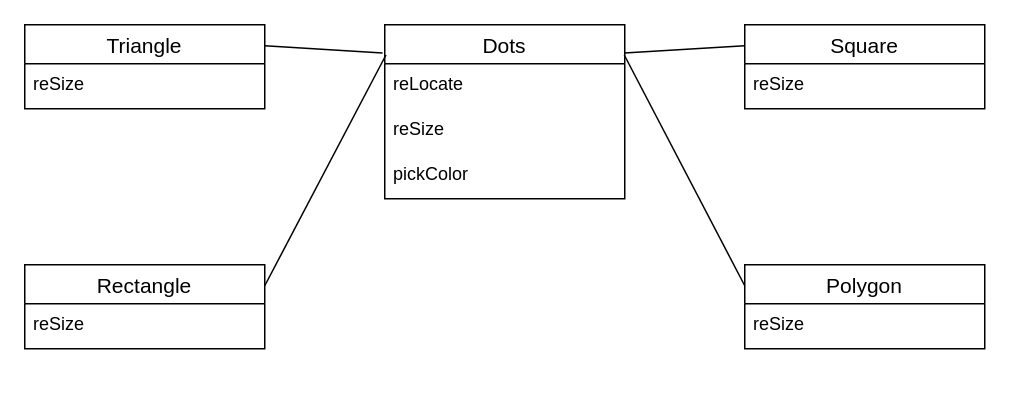
xerio1001/eindwerk keeps this draw.io diagram as preps/eindewerkPrep.drawio. Above is the earlier version. Source tidied: cells renumbered, new cells numbered last; positions are measured from the earlier drawing's top-left corner, leaving out a move shared by most shapes. Both pictures are drawn from the tidied source at 150%, with x=0, y=0 at pixel (24, 24).
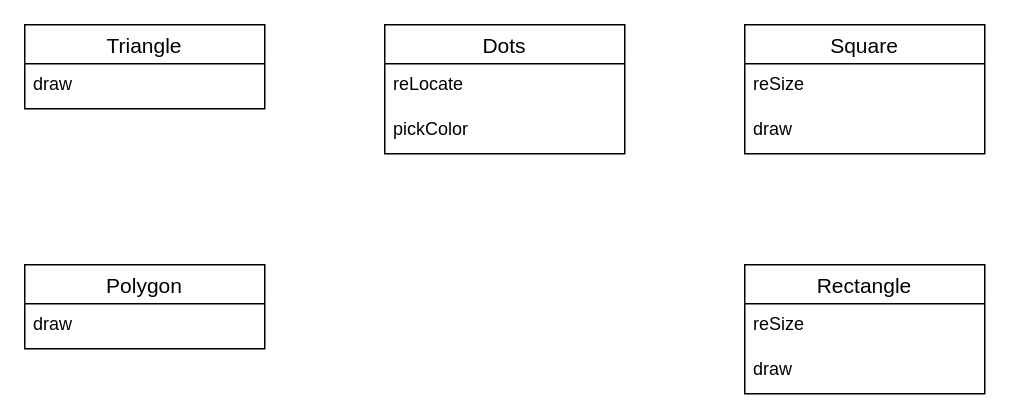
The same page after the edit.

What changed in the source:
```diff
@@
 <mxGraphModel>
   <root>
     <mxCell id="0" />
     <mxCell id="1" parent="0" />
     <mxCell id="2" value="Dots" style="swimlane;fontStyle=0;horizontal=1;startSize=26;align=center;fontSize=14;" parent="1" vertex="1">
-      <mxGeometry x="240" width="160" height="116" as="geometry" />
+      <mxGeometry x="240" width="160" height="86" as="geometry" />
     </mxCell>
     <mxCell id="3" value="reLocate" style="text;strokeColor=none;fillColor=none;spacingLeft=4;spacingRight=4;overflow=hidden;fontSize=12;" parent="2" vertex="1">
       <mxGeometry y="26" width="160" height="30" as="geometry" />
     </mxCell>
-    <mxCell id="4" value="reSize" style="text;strokeColor=none;fillColor=none;spacingLeft=4;spacingRight=4;overflow=hidden;fontSize=12;" parent="2" vertex="1">
-      <mxGeometry y="56" width="160" height="30" as="geometry" />
-    </mxCell>
     <mxCell id="5" value="pickColor" style="text;strokeColor=none;fillColor=none;spacingLeft=4;spacingRight=4;overflow=hidden;fontSize=12;" parent="2" vertex="1">
-      <mxGeometry y="86" width="160" height="30" as="geometry" />
+      <mxGeometry y="56" width="160" height="30" as="geometry" />
     </mxCell>
     <mxCell id="6" value="Triangle" style="swimlane;fontStyle=0;horizontal=1;startSize=26;align=center;fontSize=14;" parent="1" vertex="1">
       <mxGeometry width="160" height="56" as="geometry" />
     </mxCell>
-    <mxCell id="7" value="reSize" style="text;strokeColor=none;fillColor=none;spacingLeft=4;spacingRight=4;overflow=hidden;fontSize=12;" parent="6" vertex="1">
-      <mxGeometry y="26" width="160" height="30" as="geometry" />
-    </mxCell>
+    <mxCell id="18" value="draw" style="text;strokeColor=none;fillColor=none;spacingLeft=4;spacingRight=4;overflow=hidden;fontSize=12;" parent="6" vertex="1">
+      <mxGeometry y="26" width="160" height="30" as="geometry" />
+    </mxCell>
     <mxCell id="8" value="Rectangle" style="swimlane;fontStyle=0;horizontal=1;startSize=26;align=center;fontSize=14;" parent="1" vertex="1">
-      <mxGeometry y="160" width="160" height="56" as="geometry" />
+      <mxGeometry x="480" y="160" width="160" height="86" as="geometry" />
     </mxCell>
     <mxCell id="9" value="reSize" style="text;strokeColor=none;fillColor=none;spacingLeft=4;spacingRight=4;overflow=hidden;fontSize=12;" parent="8" vertex="1">
       <mxGeometry y="26" width="160" height="30" as="geometry" />
     </mxCell>
+    <mxCell id="19" value="draw" style="text;strokeColor=none;fillColor=none;spacingLeft=4;spacingRight=4;overflow=hidden;fontSize=12;" parent="8" vertex="1">
+      <mxGeometry y="56" width="160" height="30" as="geometry" />
+    </mxCell>
     <mxCell id="10" value="Square" style="swimlane;fontStyle=0;horizontal=1;startSize=26;align=center;fontSize=14;" parent="1" vertex="1">
-      <mxGeometry x="480" width="160" height="56" as="geometry" />
+      <mxGeometry x="480" width="160" height="86" as="geometry" />
     </mxCell>
     <mxCell id="11" value="reSize" style="text;strokeColor=none;fillColor=none;spacingLeft=4;spacingRight=4;overflow=hidden;fontSize=12;" parent="10" vertex="1">
       <mxGeometry y="26" width="160" height="30" as="geometry" />
     </mxCell>
+    <mxCell id="20" value="draw" style="text;strokeColor=none;fillColor=none;spacingLeft=4;spacingRight=4;overflow=hidden;fontSize=12;" parent="10" vertex="1">
+      <mxGeometry y="56" width="160" height="30" as="geometry" />
+    </mxCell>
     <mxCell id="12" value="Polygon" style="swimlane;fontStyle=0;horizontal=1;startSize=26;align=center;fontSize=14;" parent="1" vertex="1">
-      <mxGeometry x="480" y="160" width="160" height="56" as="geometry" />
+      <mxGeometry y="160" width="160" height="56" as="geometry" />
     </mxCell>
-    <mxCell id="13" value="reSize" style="text;strokeColor=none;fillColor=none;spacingLeft=4;spacingRight=4;overflow=hidden;fontSize=12;" parent="12" vertex="1">
-      <mxGeometry y="26" width="160" height="30" as="geometry" />
-    </mxCell>
-    <mxCell id="14" style="endArrow=none;html=1;rounded=0;exitX=1;exitY=0.25;exitDx=0;exitDy=0;entryX=-0.009;entryY=0.162;entryDx=0;entryDy=0;entryPerimeter=0;" parent="1" edge="1" source="6" target="2">
-      <mxGeometry relative="1" as="geometry" />
-    </mxCell>
-    <mxCell id="15" style="endArrow=none;html=1;rounded=0;exitX=0;exitY=0.25;exitDx=0;exitDy=0;entryX=0.998;entryY=0.162;entryDx=0;entryDy=0;entryPerimeter=0;" parent="1" edge="1" source="10" target="2">
-      <mxGeometry relative="1" as="geometry" />
-    </mxCell>
-    <mxCell id="16" style="endArrow=none;html=1;rounded=0;exitX=1;exitY=0.25;exitDx=0;exitDy=0;entryX=0.005;entryY=0.174;entryDx=0;entryDy=0;entryPerimeter=0;" parent="1" edge="1" source="8" target="2">
-      <mxGeometry relative="1" as="geometry" />
-    </mxCell>
-    <mxCell id="17" style="endArrow=none;html=1;rounded=0;exitX=0;exitY=0.25;exitDx=0;exitDy=0;entryX=0.998;entryY=0.174;entryDx=0;entryDy=0;entryPerimeter=0;" parent="1" edge="1" source="12" target="2">
-      <mxGeometry relative="1" as="geometry" />
-    </mxCell>
+    <mxCell id="21" value="draw" style="text;strokeColor=none;fillColor=none;spacingLeft=4;spacingRight=4;overflow=hidden;fontSize=12;" parent="12" vertex="1">
+      <mxGeometry y="26" width="160" height="30" as="geometry" />
+    </mxCell>
   </root>
 </mxGraphModel>
```
